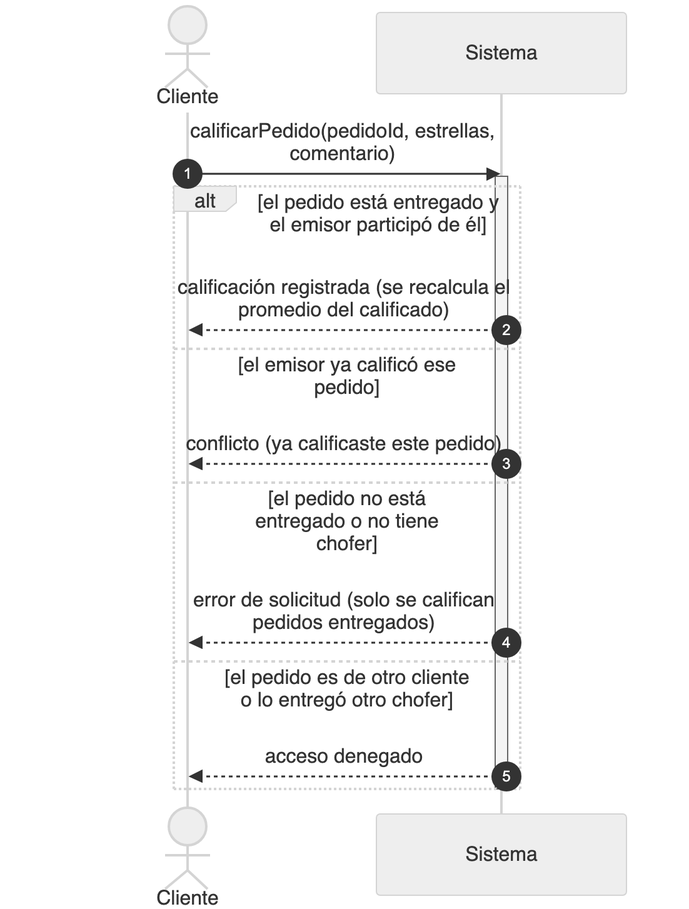
Nahuelito-Dev/splg-docs keeps this Mermaid diagram as diagramas/png/DSS_CU-064_Calificar-Pedido.png. Above is the earlier version. Its source is kept beside it as diagramas/DSS_CU-064_Calificar-Pedido.mmd. Its diagram source:
```mermaid
sequenceDiagram
    title DSS — CU-064 Calificar Pedido
    autonumber
    actor CLI as Cliente
    participant SIS as Sistema

    CLI->>SIS: calificarPedido(pedidoId, estrellas, comentario)
    activate SIS
    alt el pedido está entregado y el emisor participó de él
        SIS-->>CLI: calificación registrada (se recalcula el promedio del calificado)
    else el emisor ya calificó ese pedido
        SIS-->>CLI: conflicto (ya calificaste este pedido)
    else el pedido no está entregado o no tiene chofer
        SIS-->>CLI: error de solicitud (solo se califican pedidos entregados)
    else el pedido es de otro cliente o lo entregó otro chofer
        SIS-->>CLI: acceso denegado
    end
    deactivate SIS
```
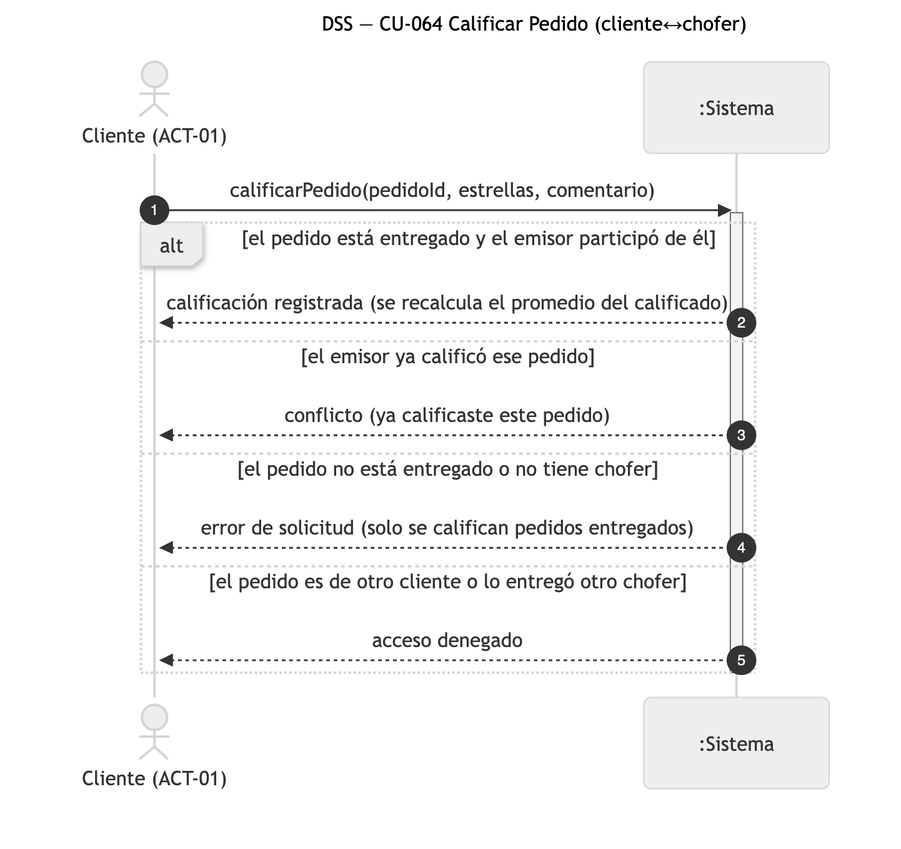
After the change.

The edit, as a diff of the source:
```diff
@@ -1,8 +1,8 @@
 sequenceDiagram
-    title DSS — CU-064 Calificar Pedido
+    title DSS — CU-064 Calificar Pedido (cliente↔chofer)
     autonumber
-    actor CLI as Cliente
-    participant SIS as Sistema
+    actor CLI as Cliente (ACT-01)
+    participant SIS as :Sistema
 
     CLI->>SIS: calificarPedido(pedidoId, estrellas, comentario)
     activate SIS
```
